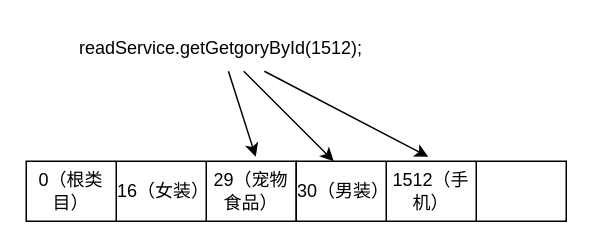
The draw.io diagram PersonalDoc/学习整理/电商知识整理/forest绘图/forest-1.drawio in zero9230/sanguozhi11, before the edit. Source tidied: cells renumbered, new cells numbered last; positions are measured from the earlier drawing's top-left corner, leaving out a move shared by most shapes. Both pictures are drawn from the tidied source at 150%, with x=0, y=0 at pixel (26, 26).
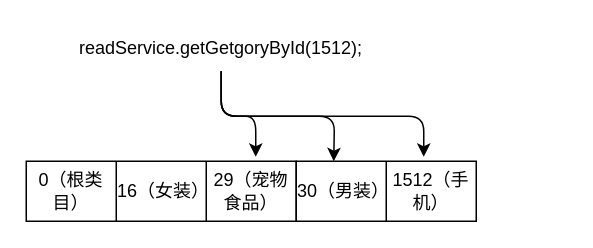
Above is the later version.

Diff of the diagram source:
```diff
@@
 <mxGraphModel>
   <root>
     <mxCell id="0" />
     <mxCell id="1" parent="0" />
     <mxCell id="2" value="readService.getGetgoryById(1512);" style="text;html=1;strokeColor=none;fillColor=none;align=center;verticalAlign=middle;whiteSpace=wrap;rounded=0;" parent="1" vertex="1">
       <mxGeometry x="10" width="240" height="30" as="geometry" />
     </mxCell>
-    <mxCell id="3" style="endArrow=classic;html=1;entryX=0.85;entryY=-0.075;entryDx=0;entryDy=0;entryPerimeter=0;" parent="1" edge="1" source="2" target="6">
-      <mxGeometry relative="1" as="geometry" />
+    <mxCell id="3" style="endArrow=classic;html=1;entryX=0.85;entryY=-0.075;entryDx=0;entryDy=0;entryPerimeter=0;edgeStyle=orthogonalEdgeStyle;" parent="1" edge="1" source="2" target="6">
+      <mxGeometry relative="1" as="geometry">
+        <Array as="points">
+          <mxPoint x="130" y="60" />
+          <mxPoint x="153" y="60" />
+        </Array>
+      </mxGeometry>
     </mxCell>
-    <mxCell id="4" style="group;" parent="1" vertex="1">
-      <mxGeometry y="90" width="360" height="40" as="geometry" />
-    </mxCell>
+    <mxCell id="15" style="endArrow=classic;html=1;edgeStyle=orthogonalEdgeStyle;" parent="1" edge="1" source="2">
+      <mxGeometry relative="1" as="geometry">
+        <mxPoint x="205" y="90" as="targetPoint" />
+      </mxGeometry>
+    </mxCell>
+    <mxCell id="16" style="endArrow=classic;html=1;fixDash=0;edgeStyle=orthogonalEdgeStyle;" parent="1" edge="1" source="2">
+      <mxGeometry relative="1" as="geometry">
+        <mxPoint x="265" y="87" as="targetPoint" />
+        <Array as="points">
+          <mxPoint x="130" y="60" />
+          <mxPoint x="265" y="60" />
+        </Array>
+      </mxGeometry>
+    </mxCell>
-    <mxCell id="5" style="shape=table;html=1;whiteSpace=wrap;startSize=0;childLayout=tableLayout;" parent="4" vertex="1">
-      <mxGeometry width="180" height="40" as="geometry" />
+    <mxCell id="5" style="shape=table;html=1;whiteSpace=wrap;startSize=0;childLayout=tableLayout;" parent="1" vertex="1">
+      <mxGeometry y="90" width="180" height="40" as="geometry" />
     </mxCell>
     <mxCell id="6" style="shape=partialRectangle;html=1;whiteSpace=wrap;fillColor=none;top=0;left=0;bottom=0;right=0;points=[[0,0.5],[1,0.5]];portConstraint=eastwest;" parent="5" vertex="1">
       <mxGeometry width="180" height="40" as="geometry" />
     </mxCell>
     <mxCell id="7" value="0（根类目）" style="shape=partialRectangle;html=1;whiteSpace=wrap;fillColor=none;top=0;left=0;bottom=0;right=0;overflow=hidden;" parent="6" vertex="1">
       <mxGeometry width="60" height="40" as="geometry" />
     </mxCell>
     <mxCell id="8" value="16（女装）" style="shape=partialRectangle;html=1;whiteSpace=wrap;fillColor=none;top=0;left=0;bottom=0;right=0;overflow=hidden;" parent="6" vertex="1">
       <mxGeometry x="60" width="60" height="40" as="geometry" />
     </mxCell>
     <mxCell id="9" value="29（宠物食品）" style="shape=partialRectangle;html=1;whiteSpace=wrap;fillColor=none;top=0;left=0;bottom=0;right=0;overflow=hidden;" parent="6" vertex="1">
       <mxGeometry x="120" width="60" height="40" as="geometry" />
     </mxCell>
-    <mxCell id="10" style="shape=table;html=1;whiteSpace=wrap;startSize=0;childLayout=tableLayout;" parent="4" vertex="1">
-      <mxGeometry x="180" width="180" height="40" as="geometry" />
+    <mxCell id="10" style="shape=table;html=1;whiteSpace=wrap;startSize=0;childLayout=tableLayout;" parent="1" vertex="1">
+      <mxGeometry x="180" y="90" width="120" height="40" as="geometry" />
     </mxCell>
     <mxCell id="11" style="shape=partialRectangle;html=1;whiteSpace=wrap;fillColor=none;top=0;left=0;bottom=0;right=0;points=[[0,0.5],[1,0.5]];portConstraint=eastwest;" parent="10" vertex="1">
-      <mxGeometry width="180" height="40" as="geometry" />
+      <mxGeometry width="120" height="40" as="geometry" />
     </mxCell>
     <mxCell id="12" value="30（男装）" style="shape=partialRectangle;html=1;whiteSpace=wrap;fillColor=none;top=0;left=0;bottom=0;right=0;overflow=hidden;" parent="11" vertex="1">
       <mxGeometry width="60" height="40" as="geometry" />
     </mxCell>
     <mxCell id="13" value="1512（手机）" style="shape=partialRectangle;html=1;whiteSpace=wrap;fillColor=none;top=0;left=0;bottom=0;right=0;overflow=hidden;" parent="11" vertex="1">
       <mxGeometry x="60" width="60" height="40" as="geometry" />
     </mxCell>
-    <mxCell id="14" style="shape=partialRectangle;html=1;whiteSpace=wrap;fillColor=none;top=0;left=0;bottom=0;right=0;overflow=hidden;" parent="11" vertex="1">
-      <mxGeometry x="120" width="60" height="40" as="geometry" />
-    </mxCell>
-    <mxCell id="15" style="endArrow=classic;html=1;" parent="1" edge="1" source="2">
-      <mxGeometry relative="1" as="geometry">
-        <mxPoint x="205" y="90" as="targetPoint" />
-      </mxGeometry>
-    </mxCell>
-    <mxCell id="16" style="endArrow=classic;html=1;entryX=0.489;entryY=-0.075;entryDx=0;entryDy=0;entryPerimeter=0;fixDash=0;" parent="1" edge="1" source="2" target="11">
-      <mxGeometry relative="1" as="geometry" />
-    </mxCell>
   </root>
 </mxGraphModel>
```
